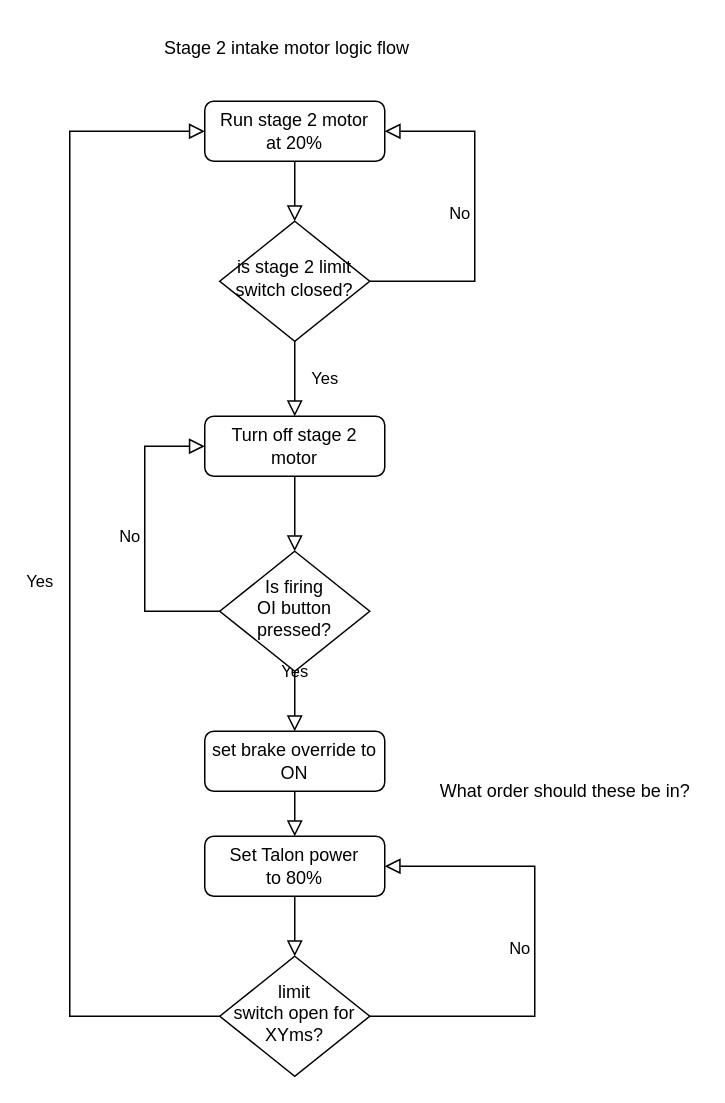
This is diagrams/stage 2 intake motor control.drawio from FRC-2928/VikingRobot2022, a draw.io file, before an edit. Source tidied: cells renumbered, new cells numbered last; positions are measured from the earlier drawing's top-left corner, leaving out a move shared by most shapes. Both pictures are drawn from the tidied source at 150%, with x=0, y=0 at pixel (39, 26).
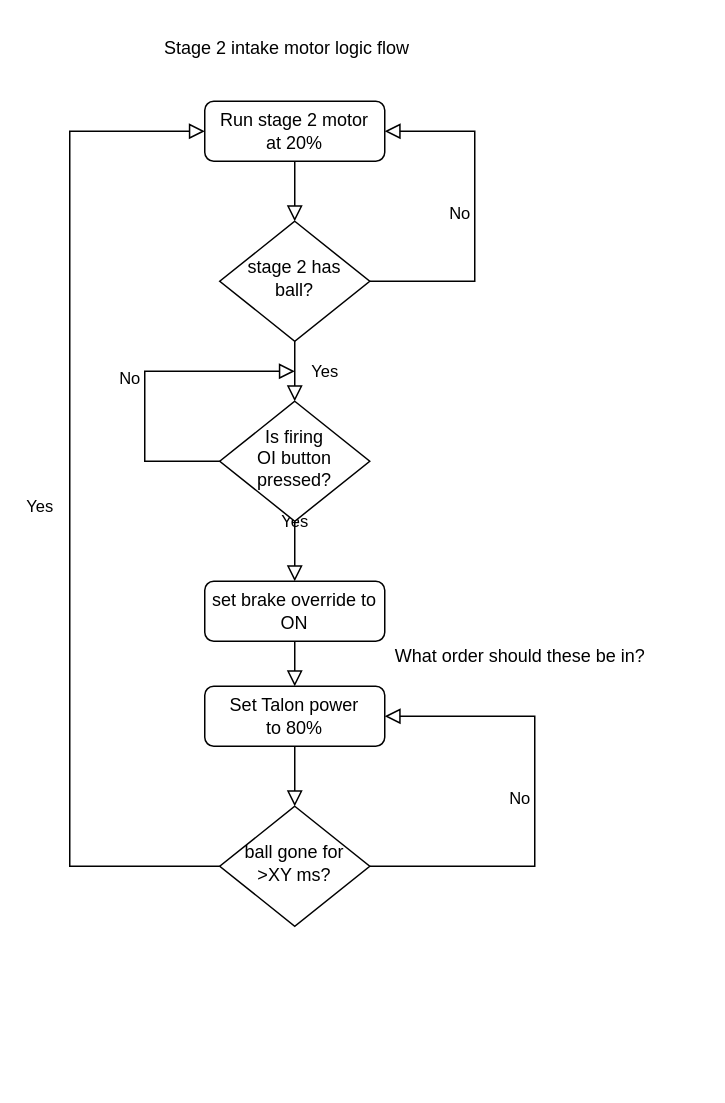
After the change.

Commit message:
clean up logic a bit.

Unchanged cells that the change refers to:
```xml
<mxCell id="3" value="&lt;div&gt;Run stage 2 motor&lt;/div&gt;&lt;div&gt;at 20%&lt;br&gt;&lt;/div&gt;" style="rounded=1;whiteSpace=wrap;html=1;fontSize=12;glass=0;strokeWidth=1;shadow=0;" parent="1" vertex="1">
  <mxGeometry x="110" y="50" width="120" height="40" as="geometry" />
</mxCell>
```

Change to the diagram source:
```diff
@@
     <mxCell id="4" value="Yes" style="rounded=0;html=1;jettySize=auto;fontSize=11;endArrow=block;endFill=0;endSize=8;strokeWidth=1;shadow=0;labelBackgroundColor=none;edgeStyle=orthogonalEdgeStyle;" parent="1" edge="1" source="6">
       <mxGeometry y="20" relative="1" as="geometry">
-        <mxPoint x="170" y="470" as="targetPoint" />
+        <mxPoint x="170" y="370" as="targetPoint" />
       </mxGeometry>
     </mxCell>
-    <mxCell id="5" value="No" style="edgeStyle=orthogonalEdgeStyle;rounded=0;html=1;jettySize=auto;fontSize=11;endArrow=block;endFill=0;endSize=8;strokeWidth=1;shadow=0;labelBackgroundColor=none;entryX=0;entryY=0.5;entryDx=0;entryDy=0;" parent="1" edge="1" source="6" target="17">
+    <mxCell id="5" value="No" style="edgeStyle=orthogonalEdgeStyle;rounded=0;html=1;jettySize=auto;fontSize=11;endArrow=block;endFill=0;endSize=8;strokeWidth=1;shadow=0;labelBackgroundColor=none;" parent="1" edge="1" source="6">
       <mxGeometry y="10" relative="1" as="geometry">
+        <mxPoint x="170" y="230" as="targetPoint" />
         <Array as="points">
-          <mxPoint x="70" y="390" />
-          <mxPoint x="70" y="280" />
+          <mxPoint x="70" y="290" />
+          <mxPoint x="70" y="230" />
         </Array>
       </mxGeometry>
     </mxCell>
     <mxCell id="6" value="&lt;div&gt;Is firing &lt;br&gt;&lt;/div&gt;&lt;div&gt;OI button&lt;/div&gt;&lt;div&gt;pressed?&lt;br&gt;&lt;/div&gt;" style="rhombus;whiteSpace=wrap;html=1;shadow=0;fontFamily=Helvetica;fontSize=12;align=center;strokeWidth=1;spacing=6;spacingTop=-4;" parent="1" vertex="1">
-      <mxGeometry x="120" y="350" width="100" height="80" as="geometry" />
+      <mxGeometry x="120" y="250" width="100" height="80" as="geometry" />
     </mxCell>
@@
     <mxCell id="8" value="&lt;div&gt;set brake override to&lt;/div&gt;&lt;div&gt;ON&lt;br&gt;&lt;/div&gt;" style="rounded=1;whiteSpace=wrap;html=1;fontSize=12;glass=0;strokeWidth=1;shadow=0;" parent="1" vertex="1">
-      <mxGeometry x="110" y="470" width="120" height="40" as="geometry" />
+      <mxGeometry x="110" y="370" width="120" height="40" as="geometry" />
     </mxCell>
     <mxCell id="9" value="&lt;div&gt;Set Talon power &lt;br&gt;&lt;/div&gt;&lt;div&gt;to 80%&lt;br&gt;&lt;/div&gt;" style="rounded=1;whiteSpace=wrap;html=1;fontSize=12;glass=0;strokeWidth=1;shadow=0;" parent="1" vertex="1">
-      <mxGeometry x="110" y="540" width="120" height="40" as="geometry" />
+      <mxGeometry x="110" y="440" width="120" height="40" as="geometry" />
     </mxCell>
@@
-    <mxCell id="11" value="&lt;div&gt;limit &lt;br&gt;&lt;/div&gt;&lt;div&gt;switch open for XYms?&lt;/div&gt;" style="rhombus;whiteSpace=wrap;html=1;shadow=0;fontFamily=Helvetica;fontSize=12;align=center;strokeWidth=1;spacing=6;spacingTop=-4;" parent="1" vertex="1">
-      <mxGeometry x="120" y="620" width="100" height="80" as="geometry" />
+    <mxCell id="11" value="&lt;div&gt;ball gone for&lt;/div&gt;&lt;div&gt;&amp;gt;XY ms?&lt;br&gt;&lt;/div&gt;" style="rhombus;whiteSpace=wrap;html=1;shadow=0;fontFamily=Helvetica;fontSize=12;align=center;strokeWidth=1;spacing=6;spacingTop=-4;" parent="1" vertex="1">
+      <mxGeometry x="120" y="520" width="100" height="80" as="geometry" />
     </mxCell>
@@
     <mxCell id="13" value="Yes" style="rounded=0;html=1;jettySize=auto;fontSize=11;endArrow=block;endFill=0;endSize=8;strokeWidth=1;shadow=0;labelBackgroundColor=none;edgeStyle=orthogonalEdgeStyle;entryX=0;entryY=0.5;entryDx=0;entryDy=0;exitX=0;exitY=0.5;exitDx=0;exitDy=0;" parent="1" edge="1" source="11" target="3">
       <mxGeometry y="20" relative="1" as="geometry">
         <Array as="points">
-          <mxPoint x="20" y="660" />
+          <mxPoint x="20" y="560" />
           <mxPoint x="20" y="70" />
         </Array>
       </mxGeometry>
     </mxCell>
     <mxCell id="14" value="No" style="edgeStyle=orthogonalEdgeStyle;rounded=0;html=1;jettySize=auto;fontSize=11;endArrow=block;endFill=0;endSize=8;strokeWidth=1;shadow=0;labelBackgroundColor=none;entryX=1;entryY=0.5;entryDx=0;entryDy=0;exitX=1;exitY=0.5;exitDx=0;exitDy=0;" parent="1" edge="1" source="11" target="9">
       <mxGeometry y="10" relative="1" as="geometry">
         <Array as="points">
-          <mxPoint x="330" y="660" />
           <mxPoint x="330" y="560" />
+          <mxPoint x="330" y="460" />
         </Array>
       </mxGeometry>
     </mxCell>
-    <mxCell id="15" value="&lt;div&gt;is stage 2 limit&lt;/div&gt;&lt;div&gt;switch closed?&lt;br&gt;&lt;/div&gt;" style="rhombus;whiteSpace=wrap;html=1;shadow=0;fontFamily=Helvetica;fontSize=12;align=center;strokeWidth=1;spacing=6;spacingTop=-4;" parent="1" vertex="1">
+    <mxCell id="15" value="&lt;div&gt;stage 2 has&lt;/div&gt;&lt;div&gt;ball?&lt;br&gt;&lt;/div&gt;" style="rhombus;whiteSpace=wrap;html=1;shadow=0;fontFamily=Helvetica;fontSize=12;align=center;strokeWidth=1;spacing=6;spacingTop=-4;" parent="1" vertex="1">
       <mxGeometry x="120" y="130" width="100" height="80" as="geometry" />
     </mxCell>
@@
-    <mxCell id="17" value="&lt;div&gt;Turn off stage 2&lt;/div&gt;&lt;div&gt;motor&lt;br&gt;&lt;/div&gt;" style="rounded=1;whiteSpace=wrap;html=1;fontSize=12;glass=0;strokeWidth=1;shadow=0;" parent="1" vertex="1">
-      <mxGeometry x="110" y="260" width="120" height="40" as="geometry" />
-    </mxCell>
-    <mxCell id="18" value="Yes" style="rounded=0;html=1;jettySize=auto;fontSize=11;endArrow=block;endFill=0;endSize=8;strokeWidth=1;shadow=0;labelBackgroundColor=none;edgeStyle=orthogonalEdgeStyle;exitX=0.5;exitY=1;exitDx=0;exitDy=0;entryX=0.5;entryY=0;entryDx=0;entryDy=0;startArrow=none;" parent="1" edge="1" source="15" target="17">
+    <mxCell id="18" value="Yes" style="rounded=0;html=1;jettySize=auto;fontSize=11;endArrow=block;endFill=0;endSize=8;strokeWidth=1;shadow=0;labelBackgroundColor=none;edgeStyle=orthogonalEdgeStyle;exitX=0.5;exitY=1;exitDx=0;exitDy=0;entryX=0.5;entryY=0;entryDx=0;entryDy=0;startArrow=none;" parent="1" edge="1" source="15" target="6">
       <mxGeometry y="20" relative="1" as="geometry" />
     </mxCell>
-    <mxCell id="19" style="endArrow=block;html=1;rounded=0;exitX=0.5;exitY=1;exitDx=0;exitDy=0;endFill=0;endSize=8;entryX=0.5;entryY=0;entryDx=0;entryDy=0;" parent="1" edge="1" source="17" target="6">
-      <mxGeometry relative="1" as="geometry" />
-    </mxCell>
     <mxCell id="20" value="What order should these be in?" style="text;html=1;align=center;verticalAlign=middle;strokeColor=none;fillColor=none;" parent="1" vertex="1">
-      <mxGeometry x="260" y="500" width="180" height="20" as="geometry" />
+      <mxGeometry x="230" y="410" width="180" height="20" as="geometry" />
     </mxCell>
```
